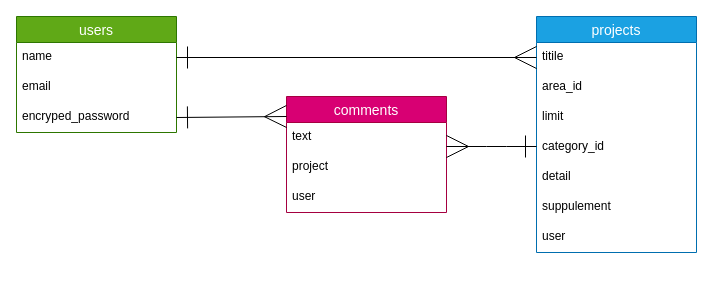
The draw.io diagram er.dio in mocchirihamu/assistapp, before the edit. Source tidied: cells renumbered, new cells numbered last; positions are measured from the earlier drawing's top-left corner, leaving out a move shared by most shapes. Both pictures are drawn from the tidied source at 100%, with x=0, y=0 at pixel (16, 16).
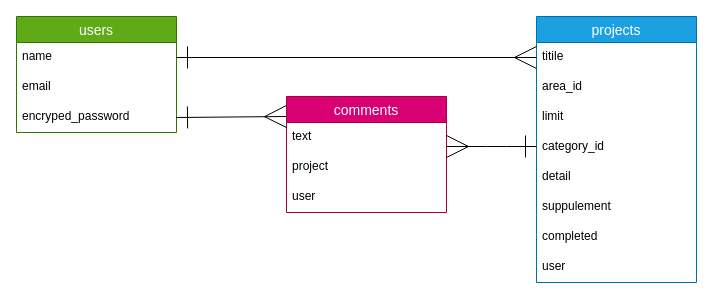
After the change.

Change to the diagram source:
```diff
@@
     <mxCell id="6" value="projects" style="swimlane;fontStyle=0;horizontal=1;startSize=26;align=center;fontSize=14;fillColor=#1ba1e2;fontColor=#ffffff;strokeColor=#006EAF;" parent="1" vertex="1">
-      <mxGeometry x="520" width="160" height="236" as="geometry" />
+      <mxGeometry x="520" width="160" height="266" as="geometry" />
     </mxCell>
@@
-    <mxCell id="13" value="user" style="text;strokeColor=none;fillColor=none;spacingLeft=4;spacingRight=4;overflow=hidden;fontSize=12;" parent="6" vertex="1">
+    <mxCell id="13" value="completed" style="text;strokeColor=none;fillColor=none;spacingLeft=4;spacingRight=4;overflow=hidden;fontSize=12;" parent="6" vertex="1">
       <mxGeometry y="206" width="160" height="30" as="geometry" />
     </mxCell>
+    <mxCell id="21" value="user" style="text;strokeColor=none;fillColor=none;spacingLeft=4;spacingRight=4;overflow=hidden;fontSize=12;" parent="6" vertex="1">
+      <mxGeometry y="236" width="160" height="30" as="geometry" />
+    </mxCell>
```
